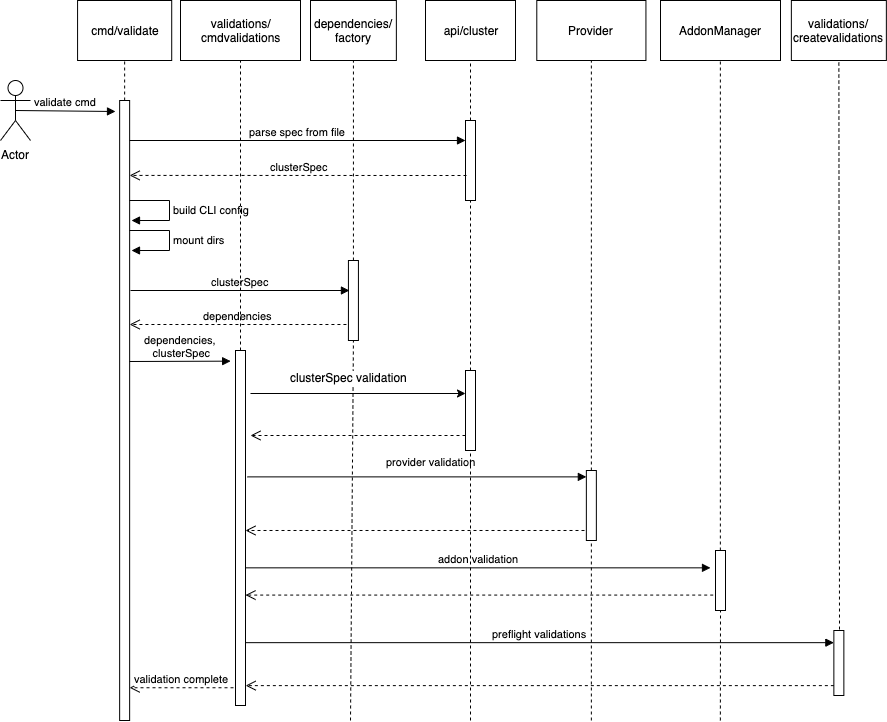
This is designs/images/preflight-checks-sequence.png from aws/eks-anywhere, a draw.io export, as it was before one commit. Source tidied: cells renumbered, new cells last; positions are measured from the earlier drawing's top-left corner, leaving out a move shared by most shapes.
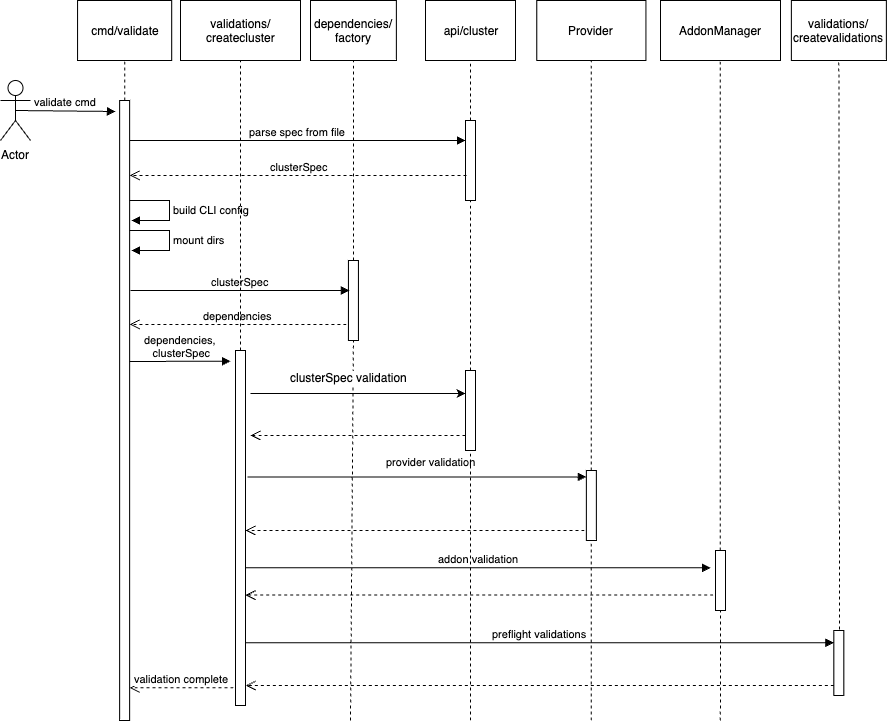
After the change.

Diff of the diagram source:
```diff
@@ -74,7 +74,7 @@
     <mxCell id="19" value="dependencies" style="html=1;verticalAlign=bottom;endArrow=open;dashed=1;endSize=8;exitX=-0.2;exitY=0.8;exitDx=0;exitDy=0;exitPerimeter=0;" parent="1" edge="1" source="16" target="4">
       <mxGeometry relative="1" as="geometry" />
     </mxCell>
-    <mxCell id="20" value="validations/&lt;br&gt;cmdvalidations" style="html=1;" parent="1" vertex="1">
+    <mxCell id="20" value="validations/&lt;br&gt;createcluster" style="html=1;" parent="1" vertex="1">
       <mxGeometry x="180" width="120" height="60" as="geometry" />
     </mxCell>
     <mxCell id="21" style="endArrow=none;dashed=1;html=1;entryX=0.5;entryY=1;entryDx=0;entryDy=0;" parent="1" edge="1" source="22" target="20">
```
